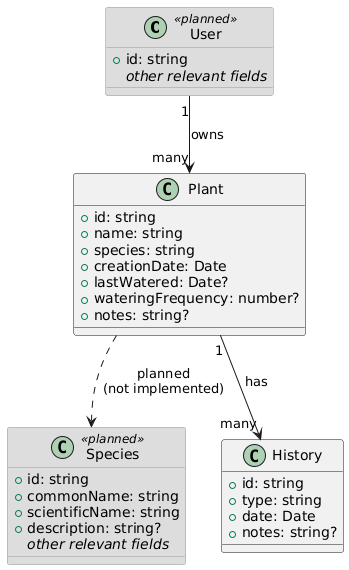
The PlantUML diagram docs/database/erd.png in Michela-M/the-plant-project, before a commit. The source it was exported from:
```plantuml
@startuml

skinparam class {
  BackgroundColor<<planned>> #DDDDDD
  BorderColor<<planned>> #999999
}

class User <<planned>> {
  +id: string
  //other relevant fields//
}

class Plant {
  +id: string
  +name: string
  +species: string
  +creationDate: Date
  +lastWatered: Date?
  +wateringFrequency: number?
  +notes: string?
}

class Species <<planned>> {
  +id: string
  +commonName: string
  +scientificName: string
  +description: string?
  //other relevant fields//
}

class History {
  +id: string
  +type: string
  +date: Date
  +notes: string?
}


User "1" --> "many" Plant : owns
Plant "1" --> "many" History : has


Plant ..> Species : planned\n(not implemented)
@enduml
```
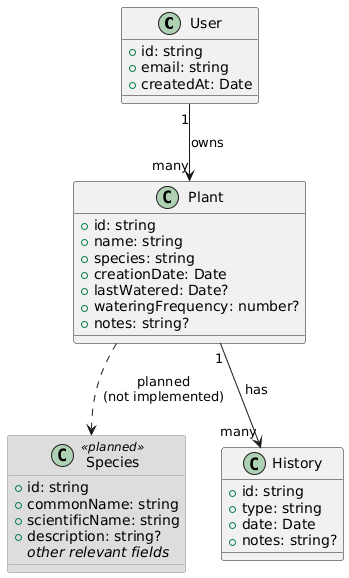
The same file after the commit.

Commit message:
Update database documentation and ERD

Change to the diagram source:
```diff
@@ -5,9 +5,10 @@
   BorderColor<<planned>> #999999
 }
 
-class User <<planned>> {
+class User {
   +id: string
-  //other relevant fields//
+  +email: string
+  +createdAt: Date
 }
 
 class Plant {
```
